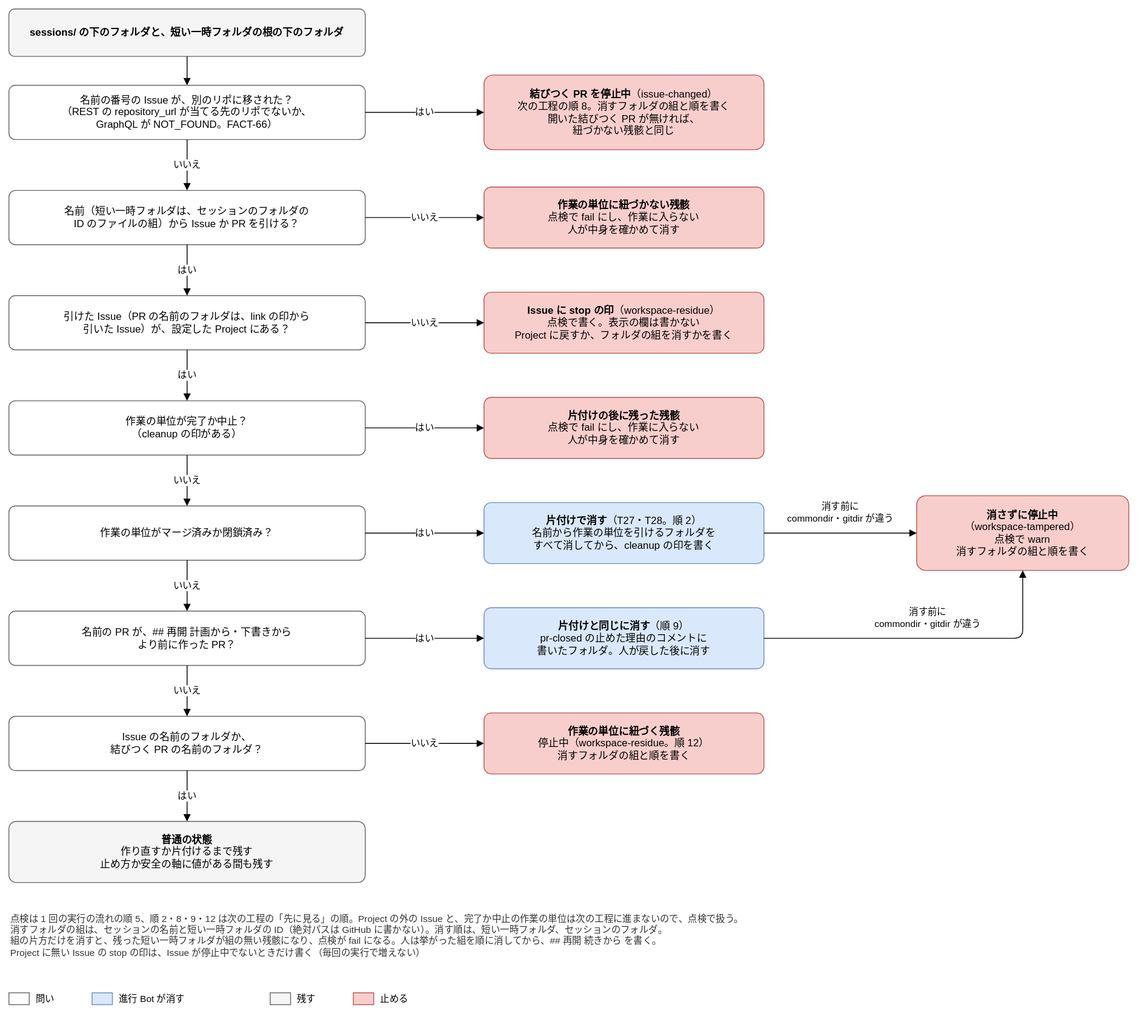
Before: docs/design/basic/diagrams/02-workspace-residue.drawio.svg, a diagram exported from draw.io (Joymerrevent/dev-autopilot). Source tidied: cells renumbered, new cells last; positions are measured from the earlier drawing's top-left corner, leaving out a move shared by most shapes.
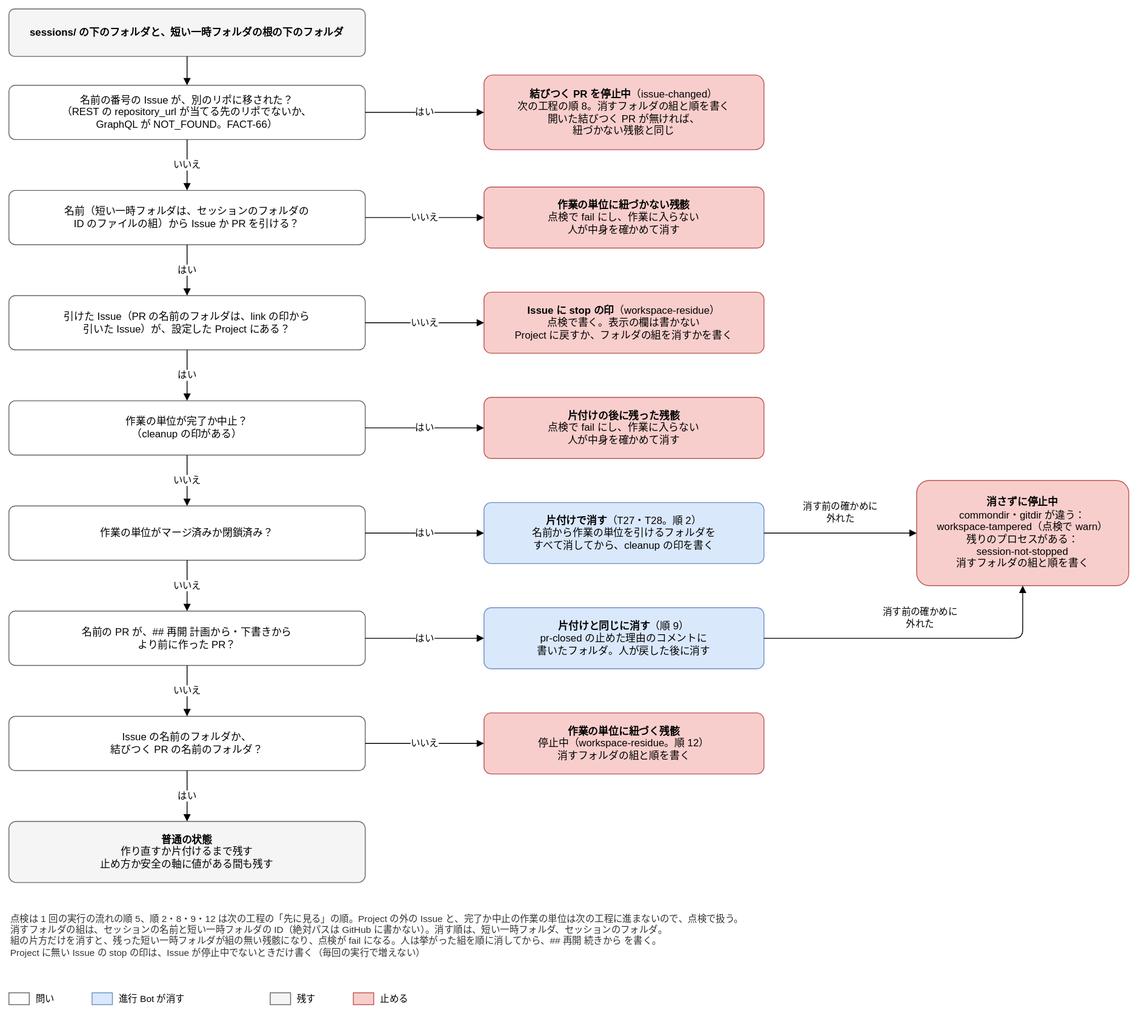
Later version of the same file.

Change to the diagram source:
```diff
@@ -95,15 +95,15 @@
     <mxCell id="32" value="はい" style="edgeStyle=orthogonalEdgeStyle;rounded=1;html=1;endArrow=block;endFill=1;fontSize=11;labelBackgroundColor=#ffffff;exitX=0.5;exitY=1;exitDx=0;exitDy=0;entryX=0.5;entryY=0;entryDx=0;entryDy=0;" parent="1" edge="1" source="9" target="31">
       <mxGeometry relative="1" as="geometry" />
     </mxCell>
-    <mxCell id="33" value="&lt;b&gt;消さずに停止中&lt;/b&gt;&lt;br&gt;（workspace-tampered）&lt;br&gt;点検で warn&lt;br&gt;消すフォルダの組と順を書く" style="rounded=1;whiteSpace=wrap;html=1;fontSize=12;arcSize=12;fillColor=#f8cecc;strokeColor=#b85450;spacing=8;" parent="1" vertex="1">
-      <mxGeometry x="1070" y="574" width="250" height="88" as="geometry" />
+    <mxCell id="33" value="&lt;b&gt;消さずに停止中&lt;/b&gt;&lt;br&gt;commondir・gitdir が違う：&lt;br&gt;workspace-tampered（点検で warn）&lt;br&gt;残りのプロセスがある：&lt;br&gt;session-not-stopped&lt;br&gt;消すフォルダの組と順を書く" style="rounded=1;whiteSpace=wrap;html=1;fontSize=12;arcSize=12;fillColor=#f8cecc;strokeColor=#b85450;spacing=8;" parent="1" vertex="1">
+      <mxGeometry x="1070" y="556" width="250" height="124" as="geometry" />
     </mxCell>
-    <mxCell id="34" value="消す前に&lt;br&gt;commondir・gitdir が違う" style="edgeStyle=orthogonalEdgeStyle;rounded=1;html=1;endArrow=block;endFill=1;fontSize=11;labelBackgroundColor=#ffffff;exitX=1;exitY=0.5;exitDx=0;exitDy=0;entryX=0;entryY=0.5;entryDx=0;entryDy=0;" parent="1" edge="1" source="18" target="33">
+    <mxCell id="34" value="消す前の確かめに&lt;br&gt;外れた" style="edgeStyle=orthogonalEdgeStyle;rounded=1;html=1;endArrow=block;endFill=1;fontSize=11;labelBackgroundColor=#ffffff;exitX=1;exitY=0.5;exitDx=0;exitDy=0;entryX=0;entryY=0.5;entryDx=0;entryDy=0;" parent="1" edge="1" source="18" target="33">
       <mxGeometry relative="1" as="geometry">
         <mxPoint y="-24" as="offset" />
       </mxGeometry>
     </mxCell>
-    <mxCell id="35" value="消す前に&lt;br&gt;commondir・gitdir が違う" style="edgeStyle=orthogonalEdgeStyle;rounded=1;html=1;endArrow=block;endFill=1;fontSize=11;labelBackgroundColor=#ffffff;exitX=1;exitY=0.5;exitDx=0;exitDy=0;entryX=0.5;entryY=1;entryDx=0;entryDy=0;" parent="1" edge="1" source="20" target="33">
+    <mxCell id="35" value="消す前の確かめに&lt;br&gt;外れた" style="edgeStyle=orthogonalEdgeStyle;rounded=1;html=1;endArrow=block;endFill=1;fontSize=11;labelBackgroundColor=#ffffff;exitX=1;exitY=0.5;exitDx=0;exitDy=0;entryX=0.5;entryY=1;entryDx=0;entryDy=0;" parent="1" edge="1" source="20" target="33">
       <mxGeometry relative="1" as="geometry">
         <Array as="points">
           <mxPoint x="1195" y="742" />
```
